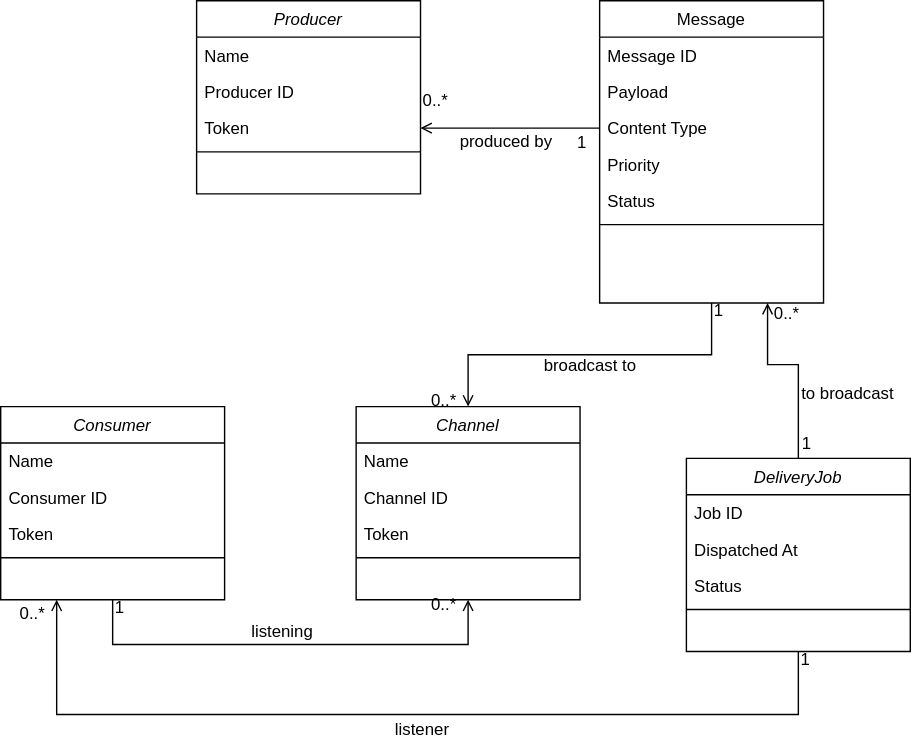
This is docs/tech-specs/images/basic-spec/BrokerObjects.svg from newscred/webhook-broker, a draw.io export, as it was before one commit. Source tidied: cells renumbered, new cells last; positions are measured from the earlier drawing's top-left corner, leaving out a move shared by most shapes.
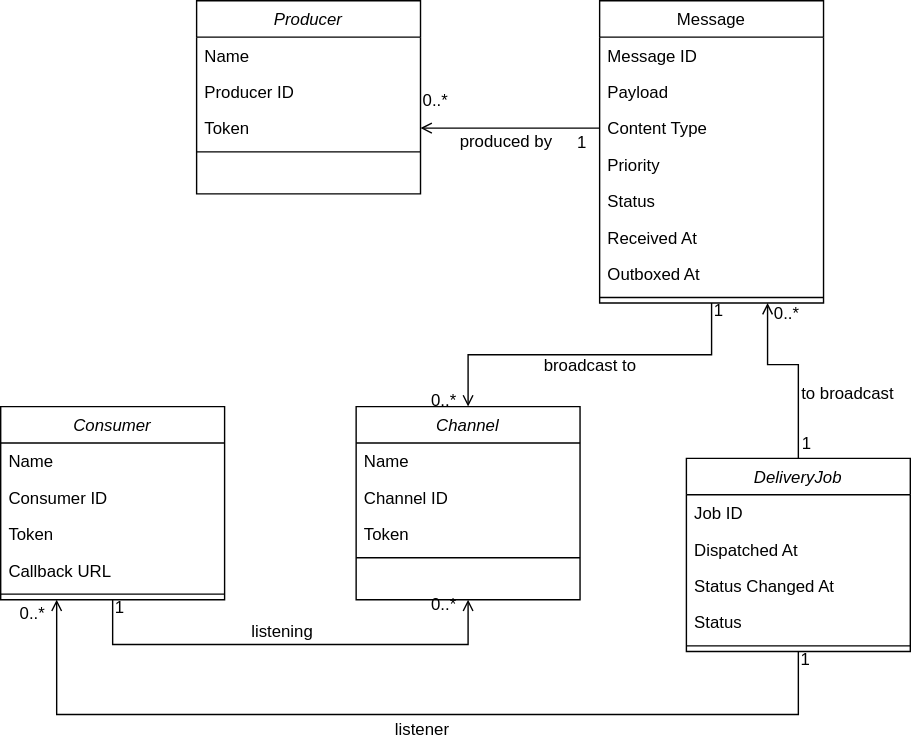
The same file after the commit.

Commit message:
Update class diagram by adding missing fields

What changed in the source:
```diff
@@ -35,165 +35,177 @@
     <mxCell id="12" value="Status" style="text;align=left;verticalAlign=top;spacingLeft=4;spacingRight=4;overflow=hidden;rounded=0;shadow=0;html=0;" parent="7" vertex="1">
       <mxGeometry y="130" width="160" height="26" as="geometry" />
     </mxCell>
-    <mxCell id="13" style="line;html=1;strokeWidth=1;align=left;verticalAlign=middle;spacingTop=-1;spacingLeft=3;spacingRight=3;labelPosition=right;" parent="7" vertex="1">
-      <mxGeometry y="156" width="160" height="8" as="geometry" />
+    <mxCell id="13" value="Received At" style="text;align=left;verticalAlign=top;spacingLeft=4;spacingRight=4;overflow=hidden;rounded=0;shadow=0;html=0;" parent="7" vertex="1">
+      <mxGeometry y="156" width="160" height="26" as="geometry" />
     </mxCell>
-    <mxCell id="14" style="endArrow=open;shadow=0;strokeWidth=1;rounded=0;endFill=1;edgeStyle=elbowEdgeStyle;elbow=vertical;exitX=0;exitY=0.5;exitDx=0;exitDy=0;entryX=1;entryY=0.5;entryDx=0;entryDy=0;" parent="1" edge="1" source="10" target="5">
-      <mxGeometry x="0.5" y="41" relative="1" as="geometry">
-        <mxPoint x="-40" y="32" as="offset" />
-      </mxGeometry>
+    <mxCell id="14" value="Outboxed At" style="text;align=left;verticalAlign=top;spacingLeft=4;spacingRight=4;overflow=hidden;rounded=0;shadow=0;html=0;" parent="7" vertex="1">
+      <mxGeometry y="182" width="160" height="26" as="geometry" />
     </mxCell>
-    <mxCell id="15" value="0..*" style="align=left;verticalAlign=bottom;labelBackgroundColor=none;fontSize=12;" parent="14" vertex="1">
-      <mxGeometry x="-1" relative="1" as="geometry">
-        <mxPoint x="-128" y="-11" as="offset" />
-      </mxGeometry>
+    <mxCell id="15" style="line;html=1;strokeWidth=1;align=left;verticalAlign=middle;spacingTop=-1;spacingLeft=3;spacingRight=3;labelPosition=right;" parent="7" vertex="1">
+      <mxGeometry y="208" width="160" height="8" as="geometry" />
     </mxCell>
-    <mxCell id="16" value="1" style="align=right;verticalAlign=bottom;labelBackgroundColor=none;fontSize=12;" parent="14" vertex="1">
-      <mxGeometry x="1" relative="1" as="geometry">
-        <mxPoint x="120" y="19" as="offset" />
+    <mxCell id="16" style="endArrow=open;shadow=0;strokeWidth=1;rounded=0;endFill=1;edgeStyle=elbowEdgeStyle;elbow=vertical;exitX=0;exitY=0.5;exitDx=0;exitDy=0;entryX=1;entryY=0.5;entryDx=0;entryDy=0;" parent="1" edge="1" source="10" target="5">
+      <mxGeometry x="0.5" y="41" relative="1" as="geometry">
+        <mxPoint x="-40" y="32" as="offset" />
       </mxGeometry>
     </mxCell>
-    <mxCell id="17" value="produced by" style="text;html=1;align=center;verticalAlign=middle;labelBackgroundColor=none;rounded=0;shadow=0;strokeWidth=1;fontSize=12;" parent="14" vertex="1">
-      <mxGeometry x="0.5" y="49" relative="1" as="geometry">
-        <mxPoint x="28" y="-40" as="offset" />
+    <mxCell id="17" value="0..*" style="align=left;verticalAlign=bottom;labelBackgroundColor=none;fontSize=12;" parent="16" vertex="1">
+      <mxGeometry x="-1" relative="1" as="geometry">
+        <mxPoint x="-128" y="-11" as="offset" />
       </mxGeometry>
     </mxCell>
-    <mxCell id="18" value="Channel" style="swimlane;fontStyle=2;align=center;verticalAlign=top;horizontal=1;startSize=26;rounded=0;shadow=0;strokeWidth=1;" parent="1" vertex="1">
-      <mxGeometry x="254" y="290" width="160" height="138" as="geometry" />
+    <mxCell id="18" value="1" style="align=right;verticalAlign=bottom;labelBackgroundColor=none;fontSize=12;" parent="16" vertex="1">
+      <mxGeometry x="1" relative="1" as="geometry">
+        <mxPoint x="120" y="19" as="offset" />
+      </mxGeometry>
     </mxCell>
-    <mxCell id="19" value="Name" style="text;align=left;verticalAlign=top;spacingLeft=4;spacingRight=4;overflow=hidden;" parent="18" vertex="1">
-      <mxGeometry y="26" width="160" height="26" as="geometry" />
+    <mxCell id="19" value="produced by" style="text;html=1;align=center;verticalAlign=middle;labelBackgroundColor=none;rounded=0;shadow=0;strokeWidth=1;fontSize=12;" parent="16" vertex="1">
+      <mxGeometry x="0.5" y="49" relative="1" as="geometry">
+        <mxPoint x="28" y="-40" as="offset" />
+      </mxGeometry>
     </mxCell>
-    <mxCell id="20" value="Channel ID" style="text;align=left;verticalAlign=top;spacingLeft=4;spacingRight=4;overflow=hidden;points=[[0,0.5],[1,0.5]];portConstraint=eastwest;rounded=0;shadow=0;html=0;" parent="18" vertex="1">
-      <mxGeometry y="52" width="160" height="26" as="geometry" />
+    <mxCell id="20" value="Channel" style="swimlane;fontStyle=2;align=center;verticalAlign=top;horizontal=1;startSize=26;rounded=0;shadow=0;strokeWidth=1;" parent="1" vertex="1">
+      <mxGeometry x="254" y="290" width="160" height="138" as="geometry" />
     </mxCell>
-    <mxCell id="21" value="Token" style="text;align=left;verticalAlign=top;spacingLeft=4;spacingRight=4;overflow=hidden;rounded=0;shadow=0;html=0;" parent="18" vertex="1">
-      <mxGeometry y="78" width="160" height="26" as="geometry" />
+    <mxCell id="21" value="Name" style="text;align=left;verticalAlign=top;spacingLeft=4;spacingRight=4;overflow=hidden;" parent="20" vertex="1">
+      <mxGeometry y="26" width="160" height="26" as="geometry" />
     </mxCell>
-    <mxCell id="22" style="line;html=1;strokeWidth=1;align=left;verticalAlign=middle;spacingTop=-1;spacingLeft=3;spacingRight=3;labelPosition=right;" parent="18" vertex="1">
-      <mxGeometry y="104" width="160" height="8" as="geometry" />
+    <mxCell id="22" value="Channel ID" style="text;align=left;verticalAlign=top;spacingLeft=4;spacingRight=4;overflow=hidden;rounded=0;shadow=0;html=0;" parent="20" vertex="1">
+      <mxGeometry y="52" width="160" height="26" as="geometry" />
     </mxCell>
-    <mxCell id="23" value="Consumer" style="swimlane;fontStyle=2;align=center;verticalAlign=top;horizontal=1;startSize=26;rounded=0;shadow=0;strokeWidth=1;" parent="1" vertex="1">
-      <mxGeometry y="290" width="160" height="138" as="geometry" />
+    <mxCell id="23" value="Token" style="text;align=left;verticalAlign=top;spacingLeft=4;spacingRight=4;overflow=hidden;points=[[0,0.5],[1,0.5]];portConstraint=eastwest;rounded=0;shadow=0;html=0;" parent="20" vertex="1">
+      <mxGeometry y="78" width="160" height="26" as="geometry" />
     </mxCell>
-    <mxCell id="24" value="Name" style="text;align=left;verticalAlign=top;spacingLeft=4;spacingRight=4;overflow=hidden;" parent="23" vertex="1">
-      <mxGeometry y="26" width="160" height="26" as="geometry" />
+    <mxCell id="24" style="line;html=1;strokeWidth=1;align=left;verticalAlign=middle;spacingTop=-1;spacingLeft=3;spacingRight=3;labelPosition=right;" parent="20" vertex="1">
+      <mxGeometry y="104" width="160" height="8" as="geometry" />
     </mxCell>
-    <mxCell id="25" value="Consumer ID" style="text;align=left;verticalAlign=top;spacingLeft=4;spacingRight=4;overflow=hidden;points=[[0,0.5],[1,0.5]];portConstraint=eastwest;rounded=0;shadow=0;html=0;" parent="23" vertex="1">
-      <mxGeometry y="52" width="160" height="26" as="geometry" />
+    <mxCell id="25" value="Consumer" style="swimlane;fontStyle=2;align=center;verticalAlign=top;horizontal=1;startSize=26;rounded=0;shadow=0;strokeWidth=1;" parent="1" vertex="1">
+      <mxGeometry y="290" width="160" height="138" as="geometry" />
     </mxCell>
-    <mxCell id="26" value="Token" style="text;align=left;verticalAlign=top;spacingLeft=4;spacingRight=4;overflow=hidden;rounded=0;shadow=0;html=0;" parent="23" vertex="1">
-      <mxGeometry y="78" width="160" height="26" as="geometry" />
+    <mxCell id="26" value="Name" style="text;align=left;verticalAlign=top;spacingLeft=4;spacingRight=4;overflow=hidden;" parent="25" vertex="1">
+      <mxGeometry y="26" width="160" height="26" as="geometry" />
     </mxCell>
-    <mxCell id="27" style="line;html=1;strokeWidth=1;align=left;verticalAlign=middle;spacingTop=-1;spacingLeft=3;spacingRight=3;labelPosition=right;" parent="23" vertex="1">
-      <mxGeometry y="104" width="160" height="8" as="geometry" />
+    <mxCell id="27" value="Consumer ID" style="text;align=left;verticalAlign=top;spacingLeft=4;spacingRight=4;overflow=hidden;rounded=0;shadow=0;html=0;" parent="25" vertex="1">
+      <mxGeometry y="52" width="160" height="26" as="geometry" />
     </mxCell>
-    <mxCell id="28" style="endArrow=open;shadow=0;strokeWidth=1;rounded=0;endFill=1;edgeStyle=elbowEdgeStyle;elbow=vertical;exitX=0.5;exitY=1;exitDx=0;exitDy=0;entryX=0.5;entryY=0;entryDx=0;entryDy=0;" parent="1" edge="1" source="7" target="18">
-      <mxGeometry x="0.5" y="41" relative="1" as="geometry">
-        <mxPoint x="-40" y="32" as="offset" />
-      </mxGeometry>
+    <mxCell id="28" value="Token" style="text;align=left;verticalAlign=top;spacingLeft=4;spacingRight=4;overflow=hidden;rounded=0;shadow=0;html=0;" parent="25" vertex="1">
+      <mxGeometry y="78" width="160" height="26" as="geometry" />
     </mxCell>
-    <mxCell id="29" value="1" style="align=left;verticalAlign=bottom;labelBackgroundColor=none;fontSize=12;" parent="28" vertex="1">
-      <mxGeometry x="-1" relative="1" as="geometry">
-        <mxPoint y="14" as="offset" />
-      </mxGeometry>
+    <mxCell id="29" value="Callback URL" style="text;align=left;verticalAlign=top;spacingLeft=4;spacingRight=4;overflow=hidden;rounded=0;shadow=0;html=0;" parent="25" vertex="1">
+      <mxGeometry y="104" width="160" height="26" as="geometry" />
     </mxCell>
-    <mxCell id="30" value="0..*" style="align=right;verticalAlign=bottom;labelBackgroundColor=none;fontSize=12;" parent="28" vertex="1">
-      <mxGeometry x="1" relative="1" as="geometry">
-        <mxPoint x="-7" y="4" as="offset" />
-      </mxGeometry>
+    <mxCell id="30" style="line;html=1;strokeWidth=1;align=left;verticalAlign=middle;spacingTop=-1;spacingLeft=3;spacingRight=3;labelPosition=right;" parent="25" vertex="1">
+      <mxGeometry y="130" width="160" height="8" as="geometry" />
     </mxCell>
-    <mxCell id="31" value="broadcast to" style="text;html=1;align=center;verticalAlign=middle;labelBackgroundColor=none;rounded=0;shadow=0;strokeWidth=1;fontSize=12;" parent="28" vertex="1">
-      <mxGeometry x="0.5" y="49" relative="1" as="geometry">
-        <mxPoint x="61" y="-42" as="offset" />
+    <mxCell id="31" style="endArrow=open;shadow=0;strokeWidth=1;rounded=0;endFill=1;edgeStyle=elbowEdgeStyle;elbow=vertical;exitX=0.5;exitY=1;exitDx=0;exitDy=0;entryX=0.5;entryY=0;entryDx=0;entryDy=0;" parent="1" edge="1" source="7" target="20">
+      <mxGeometry x="0.5" y="41" relative="1" as="geometry">
+        <mxPoint x="-40" y="32" as="offset" />
       </mxGeometry>
     </mxCell>
-    <mxCell id="32" style="endArrow=open;shadow=0;strokeWidth=1;rounded=0;endFill=1;edgeStyle=elbowEdgeStyle;elbow=vertical;exitX=0.5;exitY=1;exitDx=0;exitDy=0;entryX=0.5;entryY=1;entryDx=0;entryDy=0;" parent="1" edge="1" source="23" target="18">
-      <mxGeometry x="0.5" y="41" relative="1" as="geometry">
-        <Array as="points">
-          <mxPoint x="220" y="460" />
-          <mxPoint x="170" y="460" />
-        </Array>
-        <mxPoint x="-40" y="32" as="offset" />
+    <mxCell id="32" value="1" style="align=left;verticalAlign=bottom;labelBackgroundColor=none;fontSize=12;" parent="31" vertex="1">
+      <mxGeometry x="-1" relative="1" as="geometry">
+        <mxPoint y="14" as="offset" />
       </mxGeometry>
     </mxCell>
-    <mxCell id="33" value="1" style="align=left;verticalAlign=bottom;labelBackgroundColor=none;fontSize=12;" parent="32" vertex="1">
-      <mxGeometry x="-1" relative="1" as="geometry">
-        <mxPoint y="14" as="offset" />
+    <mxCell id="33" value="0..*" style="align=right;verticalAlign=bottom;labelBackgroundColor=none;fontSize=12;" parent="31" vertex="1">
+      <mxGeometry x="1" relative="1" as="geometry">
+        <mxPoint x="-7" y="4" as="offset" />
       </mxGeometry>
     </mxCell>
-    <mxCell id="34" value="0..*" style="align=right;verticalAlign=bottom;labelBackgroundColor=none;fontSize=12;" parent="32" vertex="1">
-      <mxGeometry x="1" relative="1" as="geometry">
-        <mxPoint x="-7" y="12" as="offset" />
+    <mxCell id="34" value="broadcast to" style="text;html=1;align=center;verticalAlign=middle;labelBackgroundColor=none;rounded=0;shadow=0;strokeWidth=1;fontSize=12;" parent="31" vertex="1">
+      <mxGeometry x="0.5" y="49" relative="1" as="geometry">
+        <mxPoint x="61" y="-42" as="offset" />
       </mxGeometry>
     </mxCell>
-    <mxCell id="35" value="listening" style="text;html=1;align=center;verticalAlign=middle;labelBackgroundColor=none;rounded=0;shadow=0;strokeWidth=1;fontSize=12;" parent="32" vertex="1">
-      <mxGeometry x="0.5" y="49" relative="1" as="geometry">
-        <mxPoint x="-87" y="39" as="offset" />
+    <mxCell id="35" style="endArrow=open;shadow=0;strokeWidth=1;rounded=0;endFill=1;edgeStyle=elbowEdgeStyle;elbow=vertical;exitX=0.5;exitY=1;exitDx=0;exitDy=0;entryX=0.5;entryY=1;entryDx=0;entryDy=0;" parent="1" edge="1" source="25" target="20">
+      <mxGeometry x="0.5" y="41" relative="1" as="geometry">
+        <Array as="points">
+          <mxPoint x="220" y="460" />
+          <mxPoint x="170" y="460" />
+        </Array>
+        <mxPoint x="-40" y="32" as="offset" />
       </mxGeometry>
     </mxCell>
-    <mxCell id="36" value="DeliveryJob" style="swimlane;fontStyle=2;align=center;verticalAlign=top;horizontal=1;startSize=26;rounded=0;shadow=0;strokeWidth=1;" parent="1" vertex="1">
-      <mxGeometry x="490" y="327" width="160" height="138" as="geometry" />
+    <mxCell id="36" value="1" style="align=left;verticalAlign=bottom;labelBackgroundColor=none;fontSize=12;" parent="35" vertex="1">
+      <mxGeometry x="-1" relative="1" as="geometry">
+        <mxPoint y="14" as="offset" />
+      </mxGeometry>
     </mxCell>
-    <mxCell id="37" value="Job ID" style="text;align=left;verticalAlign=top;spacingLeft=4;spacingRight=4;overflow=hidden;" parent="36" vertex="1">
-      <mxGeometry y="26" width="160" height="26" as="geometry" />
+    <mxCell id="37" value="0..*" style="align=right;verticalAlign=bottom;labelBackgroundColor=none;fontSize=12;" parent="35" vertex="1">
+      <mxGeometry x="1" relative="1" as="geometry">
+        <mxPoint x="-7" y="12" as="offset" />
+      </mxGeometry>
     </mxCell>
-    <mxCell id="38" value="Dispatched At" style="text;align=left;verticalAlign=top;spacingLeft=4;spacingRight=4;overflow=hidden;rounded=0;shadow=0;html=0;" parent="36" vertex="1">
-      <mxGeometry y="52" width="160" height="26" as="geometry" />
+    <mxCell id="38" value="listening" style="text;html=1;align=center;verticalAlign=middle;labelBackgroundColor=none;rounded=0;shadow=0;strokeWidth=1;fontSize=12;" parent="35" vertex="1">
+      <mxGeometry x="0.5" y="49" relative="1" as="geometry">
+        <mxPoint x="-87" y="39" as="offset" />
+      </mxGeometry>
     </mxCell>
-    <mxCell id="39" value="Status" style="text;align=left;verticalAlign=top;spacingLeft=4;spacingRight=4;overflow=hidden;points=[[0,0.5],[1,0.5]];portConstraint=eastwest;rounded=0;shadow=0;html=0;" parent="36" vertex="1">
-      <mxGeometry y="78" width="160" height="26" as="geometry" />
+    <mxCell id="39" value="DeliveryJob" style="swimlane;fontStyle=2;align=center;verticalAlign=top;horizontal=1;startSize=26;rounded=0;shadow=0;strokeWidth=1;" parent="1" vertex="1">
+      <mxGeometry x="490" y="327" width="160" height="138" as="geometry" />
     </mxCell>
-    <mxCell id="40" style="line;html=1;strokeWidth=1;align=left;verticalAlign=middle;spacingTop=-1;spacingLeft=3;spacingRight=3;labelPosition=right;" parent="36" vertex="1">
-      <mxGeometry y="104" width="160" height="8" as="geometry" />
+    <mxCell id="40" value="Job ID" style="text;align=left;verticalAlign=top;spacingLeft=4;spacingRight=4;overflow=hidden;" parent="39" vertex="1">
+      <mxGeometry y="26" width="160" height="26" as="geometry" />
     </mxCell>
-    <mxCell id="41" style="endArrow=open;shadow=0;strokeWidth=1;rounded=0;endFill=1;edgeStyle=elbowEdgeStyle;elbow=vertical;exitX=0.5;exitY=0;exitDx=0;exitDy=0;entryX=0.75;entryY=1;entryDx=0;entryDy=0;" parent="1" edge="1" source="36" target="7">
-      <mxGeometry x="0.5" y="41" relative="1" as="geometry">
-        <Array as="points">
-          <mxPoint x="590" y="260" />
-          <mxPoint x="471" y="552" />
-        </Array>
-        <mxPoint x="-40" y="32" as="offset" />
-      </mxGeometry>
+    <mxCell id="41" value="Dispatched At" style="text;align=left;verticalAlign=top;spacingLeft=4;spacingRight=4;overflow=hidden;rounded=0;shadow=0;html=0;" parent="39" vertex="1">
+      <mxGeometry y="52" width="160" height="26" as="geometry" />
     </mxCell>
-    <mxCell id="42" value="1" style="align=left;verticalAlign=bottom;labelBackgroundColor=none;fontSize=12;" parent="41" vertex="1">
-      <mxGeometry x="-1" relative="1" as="geometry">
-        <mxPoint x="1" y="-2" as="offset" />
-      </mxGeometry>
+    <mxCell id="42" value="Status Changed At" style="text;align=left;verticalAlign=top;spacingLeft=4;spacingRight=4;overflow=hidden;rounded=0;shadow=0;html=0;" parent="39" vertex="1">
+      <mxGeometry y="78" width="160" height="26" as="geometry" />
     </mxCell>
-    <mxCell id="43" value="0..*" style="align=right;verticalAlign=bottom;labelBackgroundColor=none;fontSize=12;" parent="41" vertex="1">
-      <mxGeometry x="1" relative="1" as="geometry">
-        <mxPoint x="24" y="16" as="offset" />
-      </mxGeometry>
+    <mxCell id="43" value="Status" style="text;align=left;verticalAlign=top;spacingLeft=4;spacingRight=4;overflow=hidden;rounded=0;shadow=0;html=0;" parent="39" vertex="1">
+      <mxGeometry y="104" width="160" height="26" as="geometry" />
     </mxCell>
-    <mxCell id="44" value="to broadcast" style="text;html=1;align=center;verticalAlign=middle;labelBackgroundColor=none;rounded=0;shadow=0;strokeWidth=1;fontSize=12;" parent="41" vertex="1">
-      <mxGeometry x="0.5" y="49" relative="1" as="geometry">
-        <mxPoint x="105" y="31" as="offset" />
-      </mxGeometry>
+    <mxCell id="44" style="line;html=1;strokeWidth=1;align=left;verticalAlign=middle;spacingTop=-1;spacingLeft=3;spacingRight=3;labelPosition=right;" parent="39" vertex="1">
+      <mxGeometry y="130" width="160" height="8" as="geometry" />
     </mxCell>
-    <mxCell id="45" style="endArrow=open;shadow=0;strokeWidth=1;rounded=0;endFill=1;edgeStyle=elbowEdgeStyle;elbow=vertical;exitX=0.5;exitY=1;exitDx=0;exitDy=0;entryX=0.25;entryY=1;entryDx=0;entryDy=0;" parent="1" edge="1" source="36" target="23">
+    <mxCell id="45" style="endArrow=open;shadow=0;strokeWidth=1;rounded=0;endFill=1;edgeStyle=elbowEdgeStyle;elbow=vertical;exitX=0.5;exitY=0;exitDx=0;exitDy=0;entryX=0.75;entryY=1;entryDx=0;entryDy=0;" parent="1" edge="1" source="39" target="7">
       <mxGeometry x="0.5" y="41" relative="1" as="geometry">
         <Array as="points">
-          <mxPoint x="300" y="510" />
-          <mxPoint x="180" y="470" />
+          <mxPoint x="590" y="260" />
+          <mxPoint x="471" y="552" />
         </Array>
         <mxPoint x="-40" y="32" as="offset" />
       </mxGeometry>
     </mxCell>
     <mxCell id="46" value="1" style="align=left;verticalAlign=bottom;labelBackgroundColor=none;fontSize=12;" parent="45" vertex="1">
       <mxGeometry x="-1" relative="1" as="geometry">
-        <mxPoint y="14" as="offset" />
+        <mxPoint x="1" y="-2" as="offset" />
       </mxGeometry>
     </mxCell>
     <mxCell id="47" value="0..*" style="align=right;verticalAlign=bottom;labelBackgroundColor=none;fontSize=12;" parent="45" vertex="1">
       <mxGeometry x="1" relative="1" as="geometry">
-        <mxPoint x="-7" y="18" as="offset" />
+        <mxPoint x="24" y="16" as="offset" />
       </mxGeometry>
     </mxCell>
-    <mxCell id="48" value="listener" style="text;html=1;align=center;verticalAlign=middle;labelBackgroundColor=none;rounded=0;shadow=0;strokeWidth=1;fontSize=12;" parent="45" vertex="1">
+    <mxCell id="48" value="to broadcast" style="text;html=1;align=center;verticalAlign=middle;labelBackgroundColor=none;rounded=0;shadow=0;strokeWidth=1;fontSize=12;" parent="45" vertex="1">
       <mxGeometry x="0.5" y="49" relative="1" as="geometry">
-        <mxPoint x="178" y="-39" as="offset" />
+        <mxPoint x="105" y="31" as="offset" />
       </mxGeometry>
     </mxCell>
+    <mxCell id="49" style="endArrow=open;shadow=0;strokeWidth=1;rounded=0;endFill=1;edgeStyle=elbowEdgeStyle;elbow=vertical;exitX=0.5;exitY=1;exitDx=0;exitDy=0;entryX=0.25;entryY=1;entryDx=0;entryDy=0;" parent="1" edge="1" source="39" target="25">
+      <mxGeometry x="0.5" y="41" relative="1" as="geometry">
+        <Array as="points">
+          <mxPoint x="300" y="510" />
+          <mxPoint x="180" y="470" />
+        </Array>
+        <mxPoint x="-40" y="32" as="offset" />
+      </mxGeometry>
+    </mxCell>
+    <mxCell id="50" value="1" style="align=left;verticalAlign=bottom;labelBackgroundColor=none;fontSize=12;" parent="49" vertex="1">
+      <mxGeometry x="-1" relative="1" as="geometry">
+        <mxPoint y="14" as="offset" />
+      </mxGeometry>
+    </mxCell>
+    <mxCell id="51" value="0..*" style="align=right;verticalAlign=bottom;labelBackgroundColor=none;fontSize=12;" parent="49" vertex="1">
+      <mxGeometry x="1" relative="1" as="geometry">
+        <mxPoint x="-7" y="18" as="offset" />
+      </mxGeometry>
+    </mxCell>
+    <mxCell id="52" value="listener" style="text;html=1;align=center;verticalAlign=middle;labelBackgroundColor=none;rounded=0;shadow=0;strokeWidth=1;fontSize=12;" parent="49" vertex="1">
+      <mxGeometry x="0.5" y="49" relative="1" as="geometry">
+        <mxPoint x="178" y="-39" as="offset" />
+      </mxGeometry>
+    </mxCell>
   </root>
 </mxGraphModel>
```
